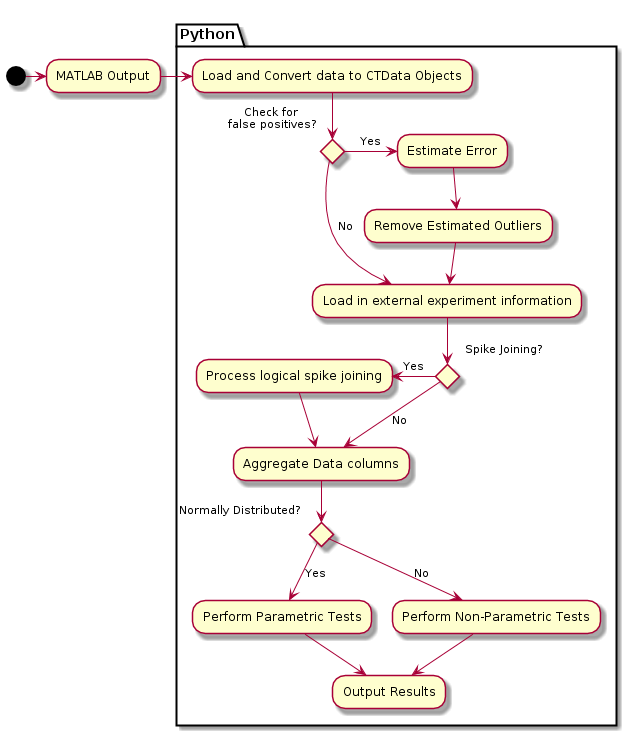
The PlantUML diagram images/pipeline.png in SirSharpest/dissertatio, before a commit.
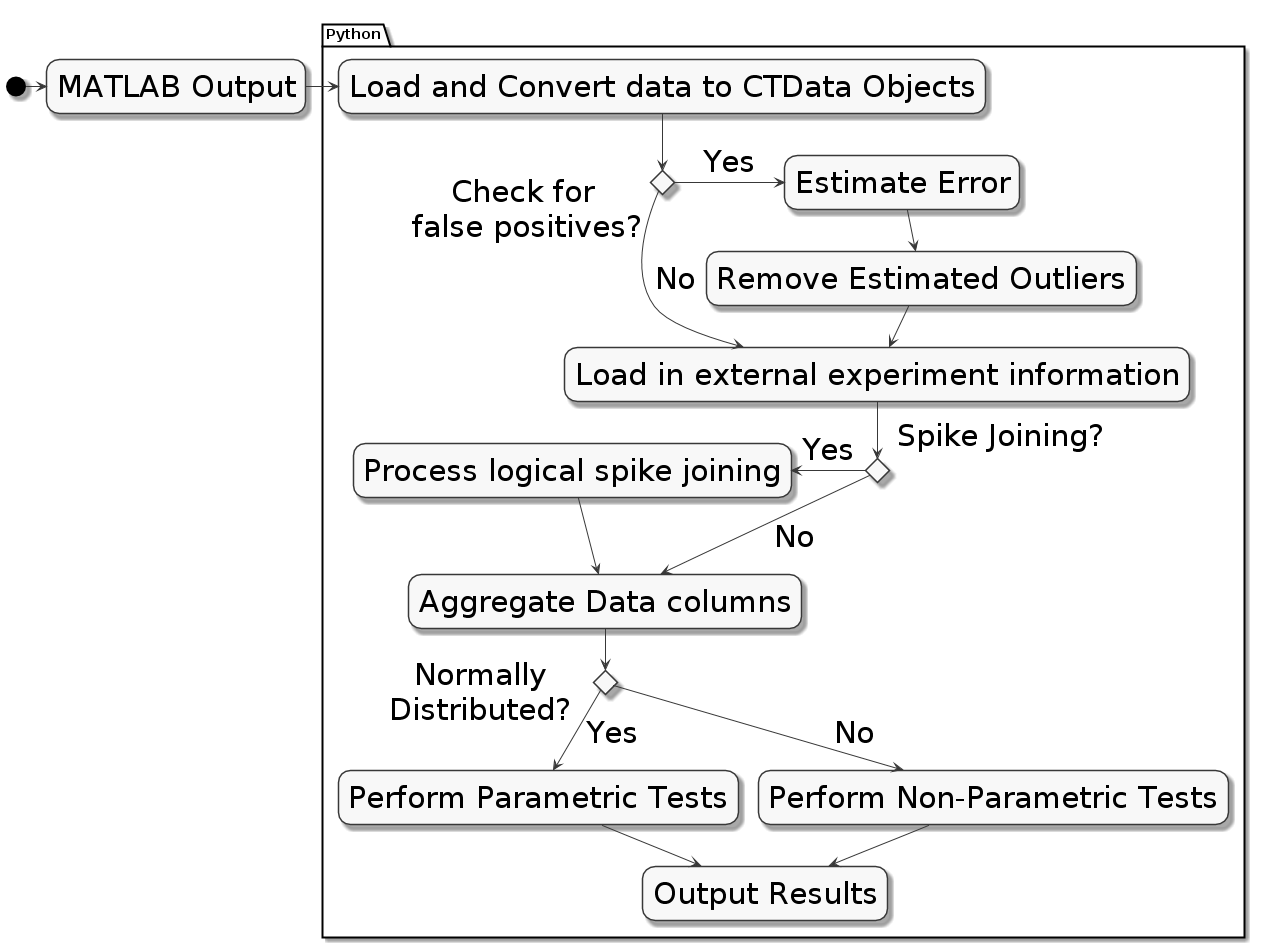
The same diagram one commit later.

The edit, as a diff of the source:
```diff
@@ -1,4 +1,9 @@
 @startuml
+skinparam monochrome true
+skinparam ActivityFontSize 30
+skinparam ArrowFontSize 30
+skinparam PartitionFontSize 30
+skinparam ActivityDiamondFontSize 30
 
 (*) -> "MATLAB Output"
 partition Python {
@@ -19,7 +24,7 @@
 --> [No] "Aggregate Data columns"
 Endif
 
-If "Normally Distributed?" then
+If "Normally\nDistributed?\n" then
 --> [Yes] "Perform Parametric Tests"
 
 --> "Output Results"
```
